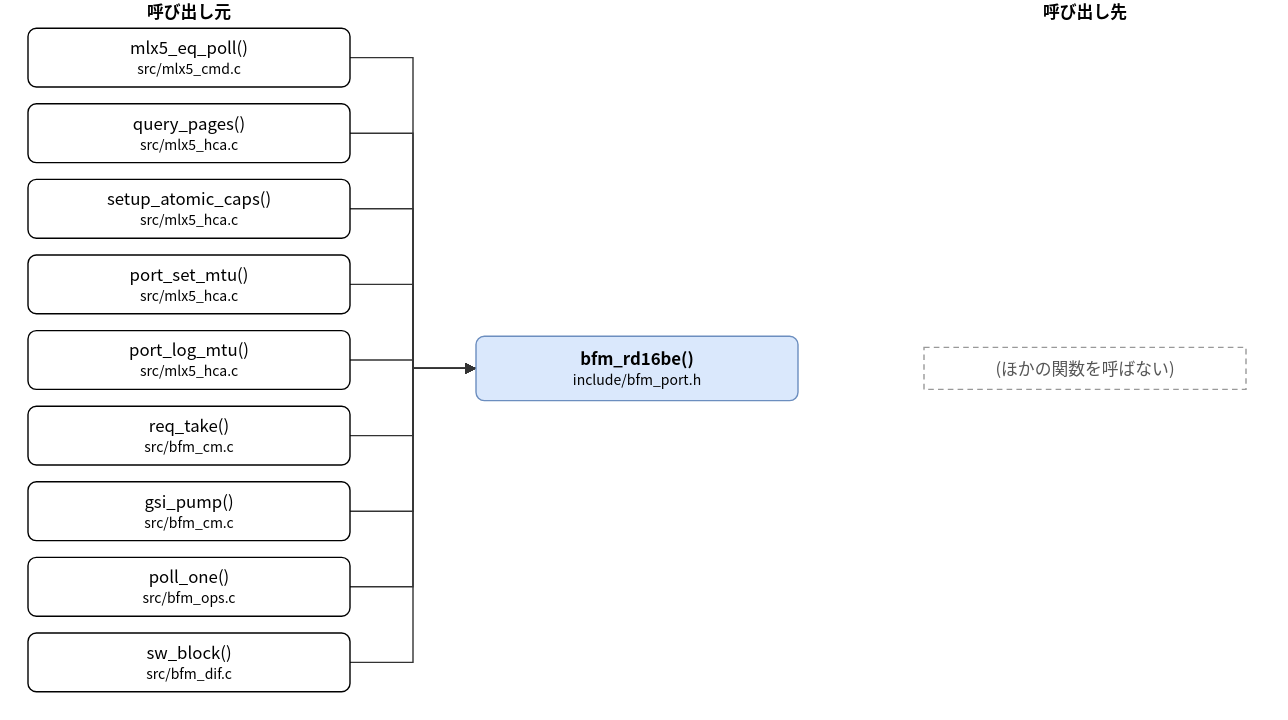
hf355051012-ai/bfmem keeps this draw.io diagram as doc/spec/images/call_include_bfm_port-bfm_rd16be.drawio.svg. Above is the earlier version. Source tidied: cells renumbered, new cells last; positions are measured from the earlier drawing's top-left corner, leaving out a move shared by most shapes.
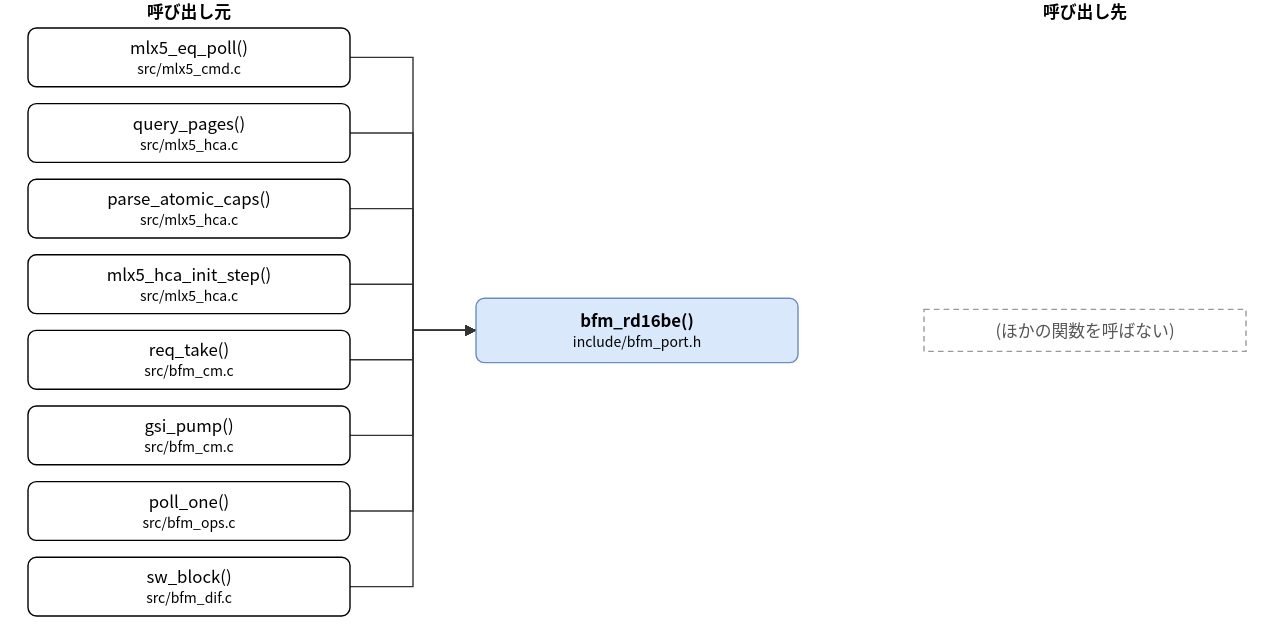
After the commit.

The edit, as a diff of the source:
```diff
@@ -3,7 +3,7 @@
     <mxCell id="0" />
     <mxCell id="1" parent="0" />
     <mxCell id="2" value="bfm_rd16be()&lt;br&gt;&lt;font style=&quot;font-size:10px&quot;&gt;include/bfm_port.h&lt;/font&gt;" style="rounded=1;whiteSpace=wrap;html=1;fillColor=#dae8fc;strokeColor=#6c8ebf;fontStyle=1;" parent="1" vertex="1">
-      <mxGeometry x="320" y="240" width="230" height="46" as="geometry" />
+      <mxGeometry x="320" y="213" width="230" height="46" as="geometry" />
     </mxCell>
     <mxCell id="3" value="mlx5_eq_poll()&lt;br&gt;&lt;font style=&quot;font-size:10px&quot;&gt;src/mlx5_cmd.c&lt;/font&gt;" style="rounded=1;whiteSpace=wrap;html=1;" parent="1" vertex="1">
       <mxGeometry y="20" width="230" height="42" as="geometry" />
@@ -11,35 +11,32 @@
     <mxCell id="4" value="query_pages()&lt;br&gt;&lt;font style=&quot;font-size:10px&quot;&gt;src/mlx5_hca.c&lt;/font&gt;" style="rounded=1;whiteSpace=wrap;html=1;" parent="1" vertex="1">
       <mxGeometry y="74" width="230" height="42" as="geometry" />
     </mxCell>
-    <mxCell id="5" value="setup_atomic_caps()&lt;br&gt;&lt;font style=&quot;font-size:10px&quot;&gt;src/mlx5_hca.c&lt;/font&gt;" style="rounded=1;whiteSpace=wrap;html=1;" parent="1" vertex="1">
+    <mxCell id="5" value="parse_atomic_caps()&lt;br&gt;&lt;font style=&quot;font-size:10px&quot;&gt;src/mlx5_hca.c&lt;/font&gt;" style="rounded=1;whiteSpace=wrap;html=1;" parent="1" vertex="1">
       <mxGeometry y="128" width="230" height="42" as="geometry" />
     </mxCell>
-    <mxCell id="6" value="port_set_mtu()&lt;br&gt;&lt;font style=&quot;font-size:10px&quot;&gt;src/mlx5_hca.c&lt;/font&gt;" style="rounded=1;whiteSpace=wrap;html=1;" parent="1" vertex="1">
+    <mxCell id="6" value="mlx5_hca_init_step()&lt;br&gt;&lt;font style=&quot;font-size:10px&quot;&gt;src/mlx5_hca.c&lt;/font&gt;" style="rounded=1;whiteSpace=wrap;html=1;" parent="1" vertex="1">
       <mxGeometry y="182" width="230" height="42" as="geometry" />
     </mxCell>
-    <mxCell id="7" value="port_log_mtu()&lt;br&gt;&lt;font style=&quot;font-size:10px&quot;&gt;src/mlx5_hca.c&lt;/font&gt;" style="rounded=1;whiteSpace=wrap;html=1;" parent="1" vertex="1">
+    <mxCell id="7" value="req_take()&lt;br&gt;&lt;font style=&quot;font-size:10px&quot;&gt;src/bfm_cm.c&lt;/font&gt;" style="rounded=1;whiteSpace=wrap;html=1;" parent="1" vertex="1">
       <mxGeometry y="236" width="230" height="42" as="geometry" />
     </mxCell>
-    <mxCell id="8" value="req_take()&lt;br&gt;&lt;font style=&quot;font-size:10px&quot;&gt;src/bfm_cm.c&lt;/font&gt;" style="rounded=1;whiteSpace=wrap;html=1;" parent="1" vertex="1">
+    <mxCell id="8" value="gsi_pump()&lt;br&gt;&lt;font style=&quot;font-size:10px&quot;&gt;src/bfm_cm.c&lt;/font&gt;" style="rounded=1;whiteSpace=wrap;html=1;" parent="1" vertex="1">
       <mxGeometry y="290" width="230" height="42" as="geometry" />
     </mxCell>
-    <mxCell id="9" value="gsi_pump()&lt;br&gt;&lt;font style=&quot;font-size:10px&quot;&gt;src/bfm_cm.c&lt;/font&gt;" style="rounded=1;whiteSpace=wrap;html=1;" parent="1" vertex="1">
+    <mxCell id="9" value="poll_one()&lt;br&gt;&lt;font style=&quot;font-size:10px&quot;&gt;src/bfm_ops.c&lt;/font&gt;" style="rounded=1;whiteSpace=wrap;html=1;" parent="1" vertex="1">
       <mxGeometry y="344" width="230" height="42" as="geometry" />
     </mxCell>
-    <mxCell id="10" value="poll_one()&lt;br&gt;&lt;font style=&quot;font-size:10px&quot;&gt;src/bfm_ops.c&lt;/font&gt;" style="rounded=1;whiteSpace=wrap;html=1;" parent="1" vertex="1">
+    <mxCell id="10" value="sw_block()&lt;br&gt;&lt;font style=&quot;font-size:10px&quot;&gt;src/bfm_dif.c&lt;/font&gt;" style="rounded=1;whiteSpace=wrap;html=1;" parent="1" vertex="1">
       <mxGeometry y="398" width="230" height="42" as="geometry" />
     </mxCell>
-    <mxCell id="11" value="sw_block()&lt;br&gt;&lt;font style=&quot;font-size:10px&quot;&gt;src/bfm_dif.c&lt;/font&gt;" style="rounded=1;whiteSpace=wrap;html=1;" parent="1" vertex="1">
-      <mxGeometry y="452" width="230" height="42" as="geometry" />
-    </mxCell>
     <mxCell id="12" value="(ほかの関数を呼ばない)" style="rounded=0;whiteSpace=wrap;html=1;dashed=1;strokeColor=#999999;fontColor=#555555;dashed=1;" parent="1" vertex="1">
-      <mxGeometry x="640" y="248" width="230" height="30" as="geometry" />
+      <mxGeometry x="640" y="221" width="230" height="30" as="geometry" />
     </mxCell>
     <mxCell id="13" style="edgeStyle=none;html=1;rounded=0;endArrow=block;endFill=1;exitX=1.0000;exitY=0.5000;exitDx=0;exitDy=0;exitPerimeter=0;entryX=0.0000;entryY=0.5000;entryDx=0;entryDy=0;entryPerimeter=0;" parent="1" edge="1" source="3" target="2">
       <mxGeometry relative="1" as="geometry">
         <Array as="points">
           <mxPoint x="275" y="41" />
-          <mxPoint x="275" y="263" />
+          <mxPoint x="275" y="236" />
         </Array>
       </mxGeometry>
     </mxCell>
@@ -47,7 +44,7 @@
       <mxGeometry relative="1" as="geometry">
         <Array as="points">
           <mxPoint x="275" y="95" />
-          <mxPoint x="275" y="263" />
+          <mxPoint x="275" y="236" />
         </Array>
       </mxGeometry>
     </mxCell>
@@ -55,7 +52,7 @@
       <mxGeometry relative="1" as="geometry">
         <Array as="points">
           <mxPoint x="275" y="149" />
-          <mxPoint x="275" y="263" />
+          <mxPoint x="275" y="236" />
         </Array>
       </mxGeometry>
     </mxCell>
@@ -63,7 +60,7 @@
       <mxGeometry relative="1" as="geometry">
         <Array as="points">
           <mxPoint x="275" y="203" />
-          <mxPoint x="275" y="263" />
+          <mxPoint x="275" y="236" />
         </Array>
       </mxGeometry>
     </mxCell>
@@ -71,7 +68,7 @@
       <mxGeometry relative="1" as="geometry">
         <Array as="points">
           <mxPoint x="275" y="257" />
-          <mxPoint x="275" y="263" />
+          <mxPoint x="275" y="236" />
         </Array>
       </mxGeometry>
     </mxCell>
@@ -79,7 +76,7 @@
       <mxGeometry relative="1" as="geometry">
         <Array as="points">
           <mxPoint x="275" y="311" />
-          <mxPoint x="275" y="263" />
+          <mxPoint x="275" y="236" />
         </Array>
       </mxGeometry>
     </mxCell>
@@ -87,7 +84,7 @@
       <mxGeometry relative="1" as="geometry">
         <Array as="points">
           <mxPoint x="275" y="365" />
-          <mxPoint x="275" y="263" />
+          <mxPoint x="275" y="236" />
         </Array>
       </mxGeometry>
     </mxCell>
@@ -95,18 +92,10 @@
       <mxGeometry relative="1" as="geometry">
         <Array as="points">
           <mxPoint x="275" y="419" />
-          <mxPoint x="275" y="263" />
+          <mxPoint x="275" y="236" />
         </Array>
       </mxGeometry>
     </mxCell>
-    <mxCell id="21" style="edgeStyle=none;html=1;rounded=0;endArrow=block;endFill=1;exitX=1.0000;exitY=0.5000;exitDx=0;exitDy=0;exitPerimeter=0;entryX=0.0000;entryY=0.5000;entryDx=0;entryDy=0;entryPerimeter=0;" parent="1" edge="1" source="11" target="2">
-      <mxGeometry relative="1" as="geometry">
-        <Array as="points">
-          <mxPoint x="275" y="473" />
-          <mxPoint x="275" y="263" />
-        </Array>
-      </mxGeometry>
-    </mxCell>
     <mxCell id="22" value="呼び出し元" style="text;html=1;align=center;fontStyle=1;" parent="1" vertex="1">
       <mxGeometry x="35" width="160" height="18" as="geometry" />
     </mxCell>
```
